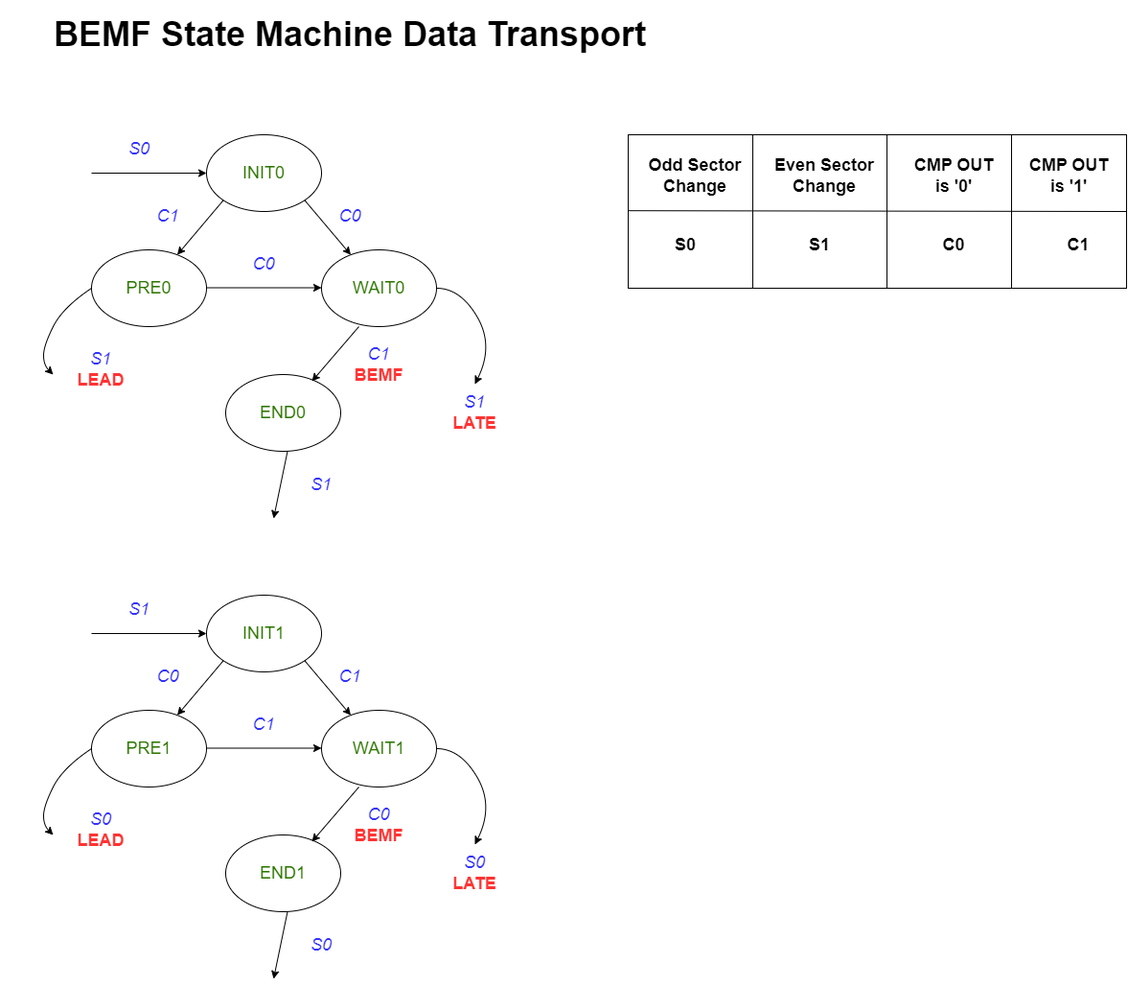
The draw.io diagram images/bemf_cw_ccw_smdl.png in microchip-pic-avr-examples/avr16eb32-bldc-pmsm-motor-control-demo, before a commit. Source tidied: cells renumbered, new cells last; positions are measured from the earlier drawing's top-left corner, leaving out a move shared by most shapes.
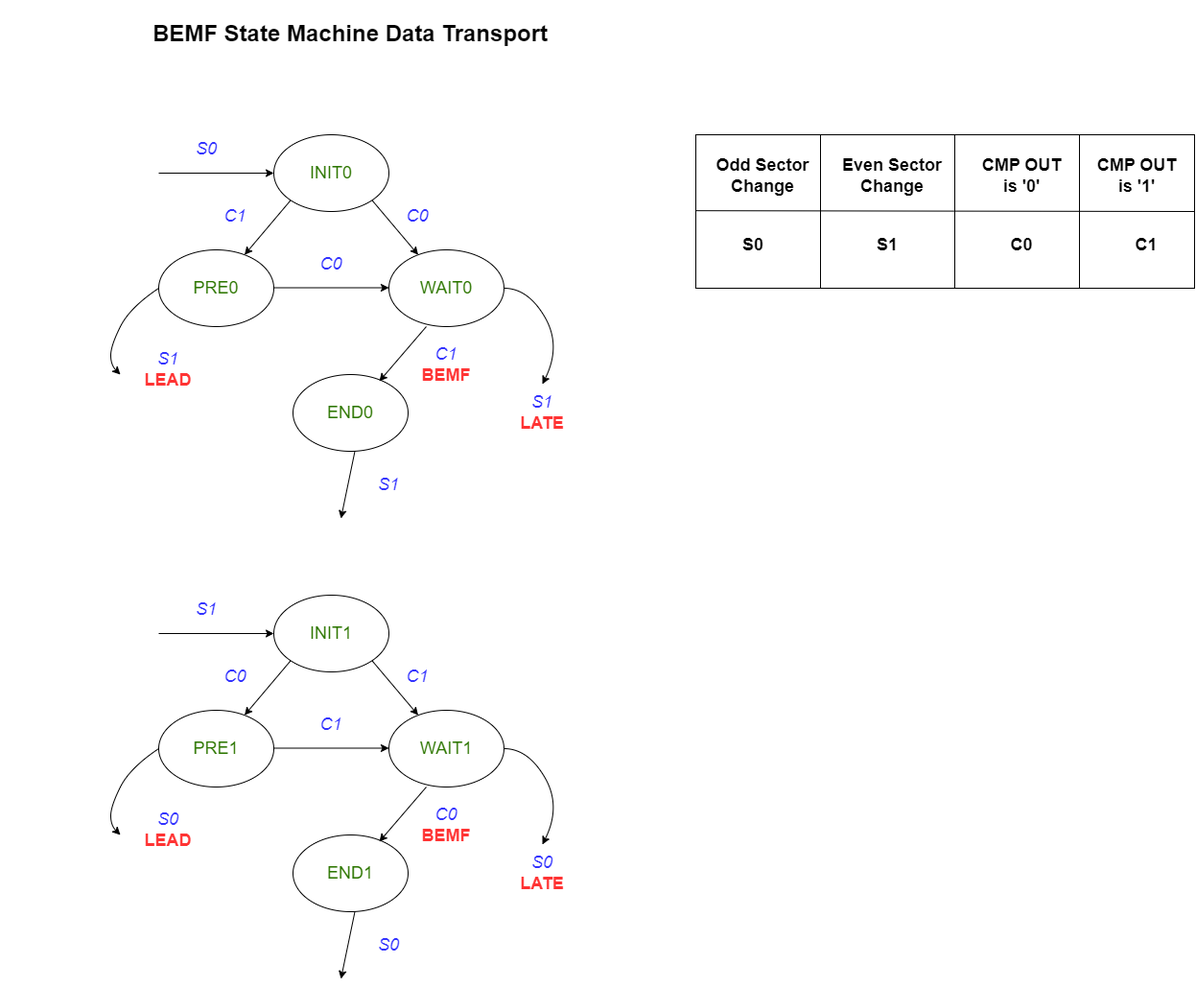
After the change.

Diff of the diagram source:
```diff
@@ -199,8 +199,8 @@
     <mxCell id="50" value="&lt;font color=&quot;#3333ff&quot; style=&quot;font-size: 18px;&quot;&gt;&lt;i&gt;C0&lt;/i&gt;&lt;/font&gt;&lt;div&gt;&lt;span style=&quot;font-size: 18px;&quot;&gt;&lt;b&gt;&lt;font color=&quot;#ff3333&quot;&gt;BEMF&lt;/font&gt;&lt;/b&gt;&lt;/span&gt;&lt;/div&gt;" style="text;html=1;align=center;verticalAlign=middle;whiteSpace=wrap;rounded=0;" parent="1" vertex="1">
       <mxGeometry x="355" y="835" width="80" height="50" as="geometry" />
     </mxCell>
-    <mxCell id="51" value="&lt;font style=&quot;font-size: 36px;&quot;&gt;&lt;b&gt;BEMF State Machine Data Transport&lt;/b&gt;&lt;/font&gt;" style="text;html=1;align=center;verticalAlign=middle;whiteSpace=wrap;rounded=0;" parent="1" vertex="1">
-      <mxGeometry width="730" height="70" as="geometry" />
+    <mxCell id="51" value="&lt;font style=&quot;font-size: 24px;&quot;&gt;&lt;b style=&quot;&quot;&gt;BEMF State Machine Data Transport&lt;/b&gt;&lt;/font&gt;" style="text;html=1;align=center;verticalAlign=middle;whiteSpace=wrap;rounded=0;" parent="1" vertex="1">
+      <mxGeometry x="-70" width="730" height="70" as="geometry" />
     </mxCell>
     <mxCell id="52" value="&lt;span style=&quot;font-size: 18px;&quot;&gt;&lt;b&gt;Odd Sector Change&lt;/b&gt;&lt;/span&gt;" style="text;html=1;align=center;verticalAlign=middle;whiteSpace=wrap;rounded=0;" parent="1" vertex="1">
       <mxGeometry x="675" y="140" width="100" height="85" as="geometry" />
```
